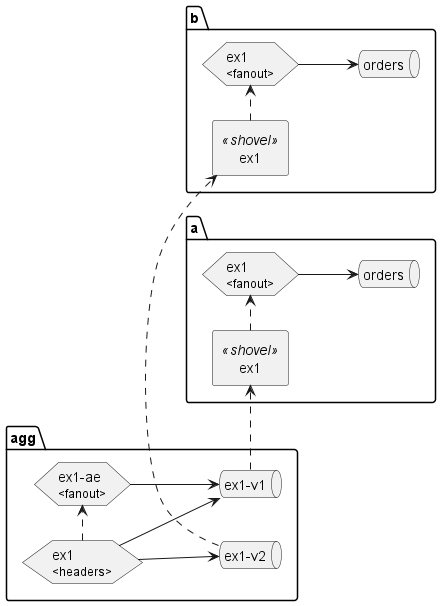
Before: graph.png, a diagram exported from PlantUML (lis0x90/rabbitmq-vhost-graph).
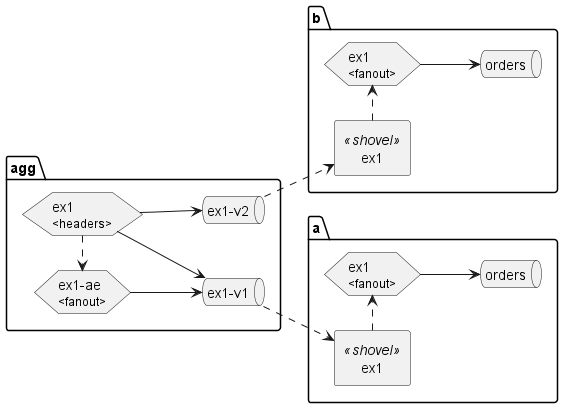
Later version of the same file.

Diff of the diagram source:
```diff
@@ -26,11 +26,11 @@
 package a {
 	Component "ex1" as a_shovel_ex1 <<shovel>>
 	a_shovel_ex1 .> a_e_ex1
-	agg_q_ex1_v1 .> a_shovel_ex1
+	agg_q_ex1_v1 ..> a_shovel_ex1
 }
 package b {
 	Component "ex1" as b_shovel_ex1 <<shovel>>
 	b_shovel_ex1 .> b_e_ex1
-	agg_q_ex1_v2 .> b_shovel_ex1
+	agg_q_ex1_v2 ..> b_shovel_ex1
 }
 @enduml
```
